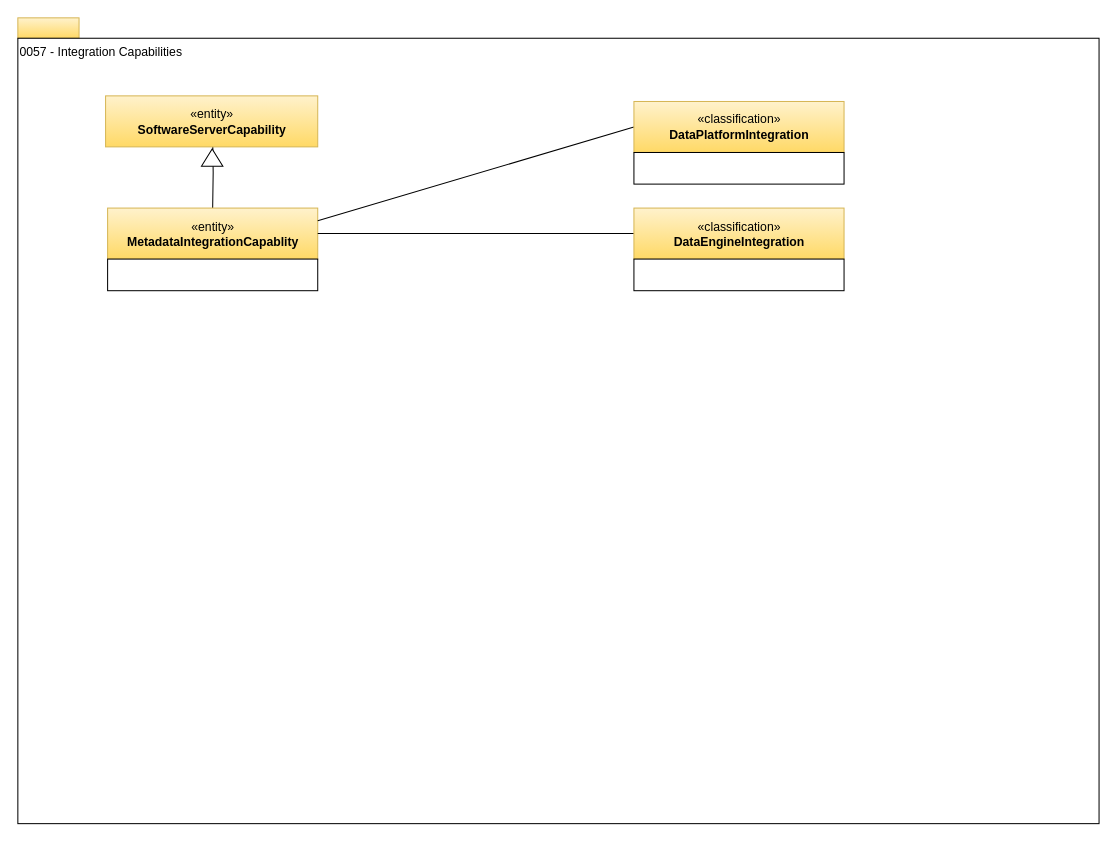
The draw.io diagram page "0057-Integration-Capabilities" (16 of 18) of open-metadata-publication/website/open-metadata-types/area-0-basic-types-and-infrastructure.drawio in planetf1/egeria, before the edit. Source tidied: cells renumbered, new cells numbered last; positions are measured from the earlier drawing's top-left corner, leaving out a move shared by most shapes. Both pictures are drawn from the tidied source at 102%, with x=0, y=0 at pixel (17, 17).
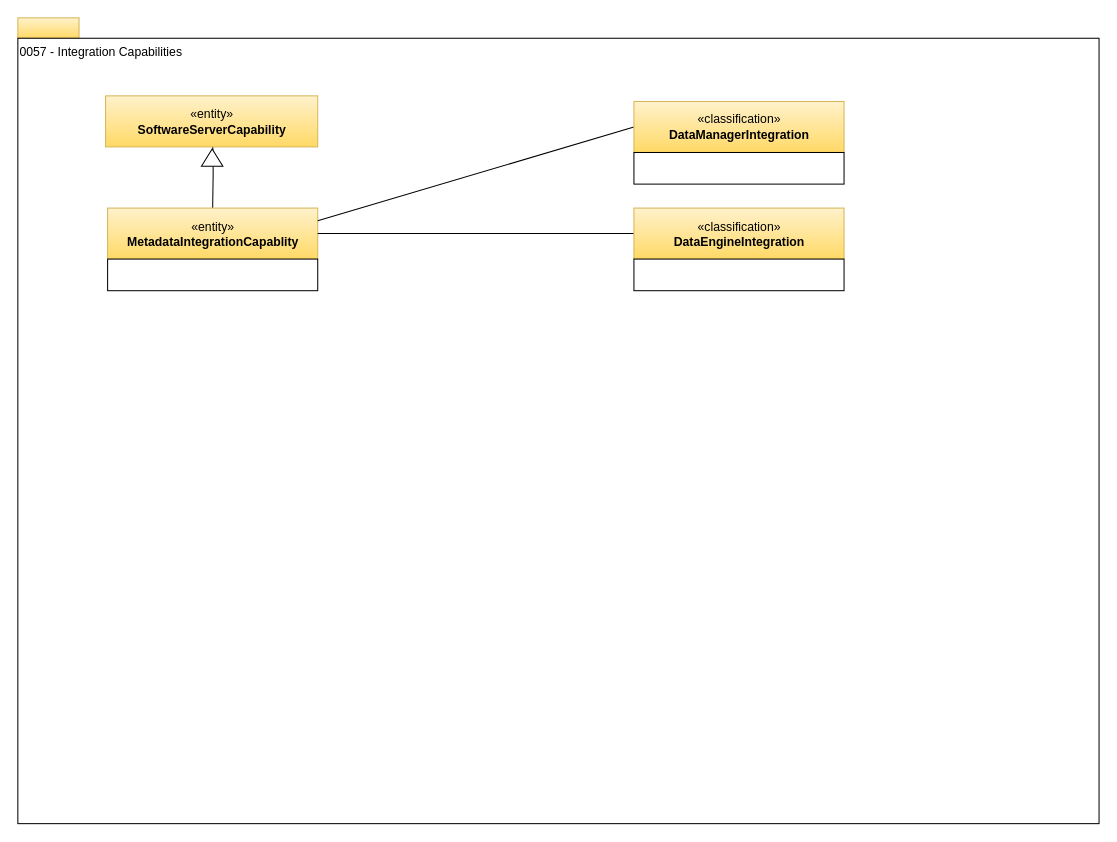
Above is the later version.

The edit, as a diff of the source:
```diff
@@
 <mxGraphModel>
   <root>
     <mxCell id="0" />
     <mxCell id="1" parent="0" />
     <mxCell id="2" style="rounded=0;whiteSpace=wrap;html=1;align=left;fillColor=#fff2cc;strokeColor=#d6b656;gradientColor=#ffd966;" parent="1" vertex="1">
       <mxGeometry width="60" height="20" as="geometry" />
     </mxCell>
     <mxCell id="3" value="0057 - Integration Capabilities" style="rounded=0;whiteSpace=wrap;html=1;align=left;verticalAlign=top;" parent="1" vertex="1">
       <mxGeometry y="20" width="1060" height="770" as="geometry" />
     </mxCell>
     <mxCell id="4" style="edgeStyle=orthogonalEdgeStyle;rounded=0;html=1;endArrow=none;endFill=0;jettySize=auto;" parent="1" edge="1" target="5">
       <mxGeometry relative="1" as="geometry">
         <mxPoint x="191" y="115.5" as="sourcePoint" />
       </mxGeometry>
     </mxCell>
     <mxCell id="5" value="«entity»&lt;br&gt;&lt;b&gt;MetadataIntegrationCapablity&lt;/b&gt;" style="html=1;strokeColor=#d6b656;align=center;fillColor=#fff2cc;gradientColor=#ffd966;" parent="1" vertex="1">
       <mxGeometry x="88" y="186.5" width="206" height="50" as="geometry" />
     </mxCell>
     <mxCell id="6" style="rounded=0;whiteSpace=wrap;html=1;strokeColor=#000000;gradientColor=#ffffff;align=center;" parent="1" vertex="1">
       <mxGeometry x="88" y="236.5" width="206" height="31" as="geometry" />
     </mxCell>
     <mxCell id="7" style="triangle;whiteSpace=wrap;html=1;strokeColor=#000000;gradientColor=#ffffff;align=center;rotation=-90;" parent="1" vertex="1">
       <mxGeometry x="182" y="126.5" width="17" height="21" as="geometry" />
     </mxCell>
     <mxCell id="8" value="«entity»&lt;br&gt;&lt;b&gt;SoftwareServerCapability&lt;/b&gt;" style="html=1;strokeColor=#d6b656;align=center;fillColor=#fff2cc;gradientColor=#ffd966;" parent="1" vertex="1">
       <mxGeometry x="86" y="76.5" width="208" height="50" as="geometry" />
     </mxCell>
     <mxCell id="9" style="rounded=0;html=1;entryX=0;entryY=0.5;endArrow=none;endFill=0;jettySize=auto;entryDx=0;entryDy=0;exitX=1;exitY=0.25;exitDx=0;exitDy=0;" parent="1" edge="1" source="5" target="10">
       <mxGeometry relative="1" as="geometry" />
     </mxCell>
-    <mxCell id="10" value="«classification»&lt;br&gt;&lt;b&gt;DataPlatformIntegration&lt;/b&gt;" style="html=1;strokeColor=#d6b656;align=center;fillColor=#fff2cc;gradientColor=#ffd966;" parent="1" vertex="1">
+    <mxCell id="10" value="«classification»&lt;br&gt;&lt;b&gt;DataManagerIntegration&lt;/b&gt;" style="html=1;strokeColor=#d6b656;align=center;fillColor=#fff2cc;gradientColor=#ffd966;" parent="1" vertex="1">
       <mxGeometry x="604" y="82" width="206" height="50" as="geometry" />
     </mxCell>
     <mxCell id="11" style="rounded=0;whiteSpace=wrap;html=1;strokeColor=#000000;gradientColor=#ffffff;align=center;" parent="1" vertex="1">
       <mxGeometry x="604" y="132" width="206" height="31" as="geometry" />
     </mxCell>
     <mxCell id="12" style="rounded=0;html=1;entryX=0;entryY=0.5;endArrow=none;endFill=0;jettySize=auto;entryDx=0;entryDy=0;exitX=1;exitY=0.5;exitDx=0;exitDy=0;" parent="1" edge="1" source="5" target="13">
       <mxGeometry relative="1" as="geometry" />
     </mxCell>
     <mxCell id="13" value="«classification»&lt;br&gt;&lt;b&gt;DataEngineIntegration&lt;/b&gt;" style="html=1;strokeColor=#d6b656;align=center;fillColor=#fff2cc;gradientColor=#ffd966;" parent="1" vertex="1">
       <mxGeometry x="604" y="186.5" width="206" height="50" as="geometry" />
     </mxCell>
     <mxCell id="14" style="rounded=0;whiteSpace=wrap;html=1;strokeColor=#000000;gradientColor=#ffffff;align=center;" parent="1" vertex="1">
       <mxGeometry x="604" y="236.5" width="206" height="31" as="geometry" />
     </mxCell>
   </root>
 </mxGraphModel>
```
